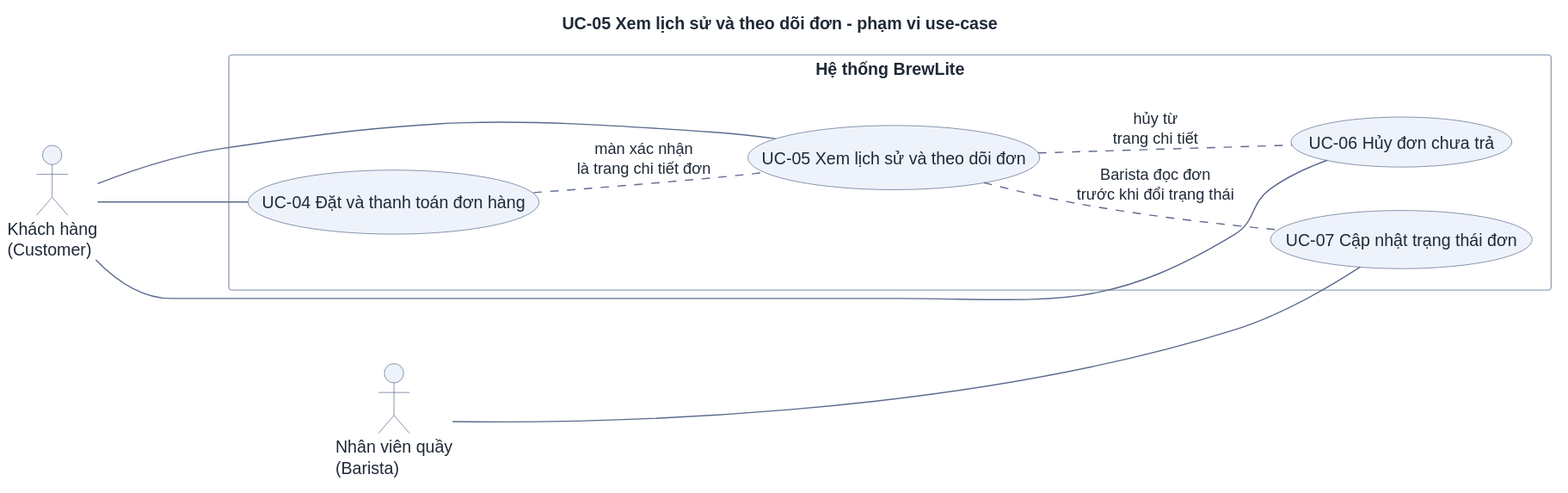
Above: docs/requirements/use-cases/uc-05-order-history.svg in DuVinhLoi/BrewLite (PlantUML), before the change.
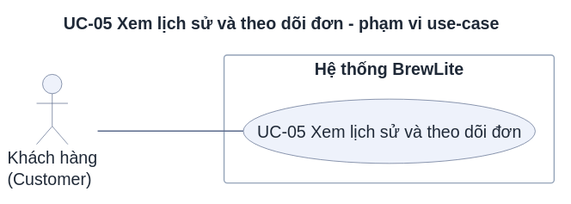
Above is the later version.

Change to the diagram source:
```diff
@@ -15,21 +15,10 @@
 title UC-05 Xem lịch sử và theo dõi đơn - phạm vi use-case
 
 actor "Khách hàng\n(Customer)" as Customer
-actor "Nhân viên quầy\n(Barista)" as Barista
 
 rectangle "Hệ thống BrewLite" {
   usecase "UC-05 Xem lịch sử và theo dõi đơn" as UC05
-  usecase "UC-04 Đặt và thanh toán đơn hàng" as UC04
-  usecase "UC-06 Hủy đơn chưa trả" as UC06
-  usecase "UC-07 Cập nhật trạng thái đơn" as UC07
 }
 
 Customer --- UC05
-Customer --- UC04
-Customer --- UC06
-Barista --- UC07
-
-UC04 .. UC05 : màn xác nhận\nlà trang chi tiết đơn
-UC05 .. UC06 : hủy từ\ntrang chi tiết
-UC05 .. UC07 : Barista đọc đơn\ntrước khi đổi trạng thái
 @enduml
```
